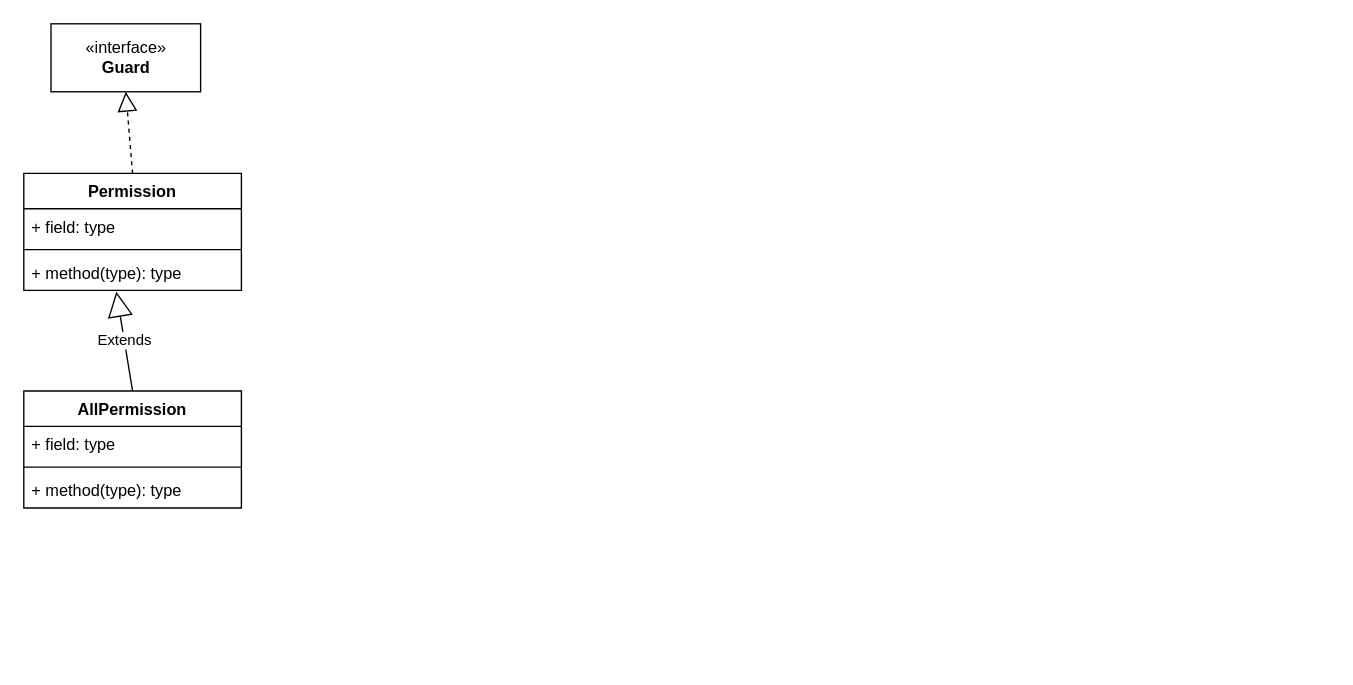
This is page "安全" (9 of 12) of JDK.drawio from tadsimons/draw, a draw.io file, before an edit. Source tidied: cells renumbered, new cells numbered last; positions are measured from the earlier drawing's top-left corner, leaving out a move shared by most shapes. Both pictures are drawn from the tidied source at 136%, with x=0, y=0 at pixel (23, 23).
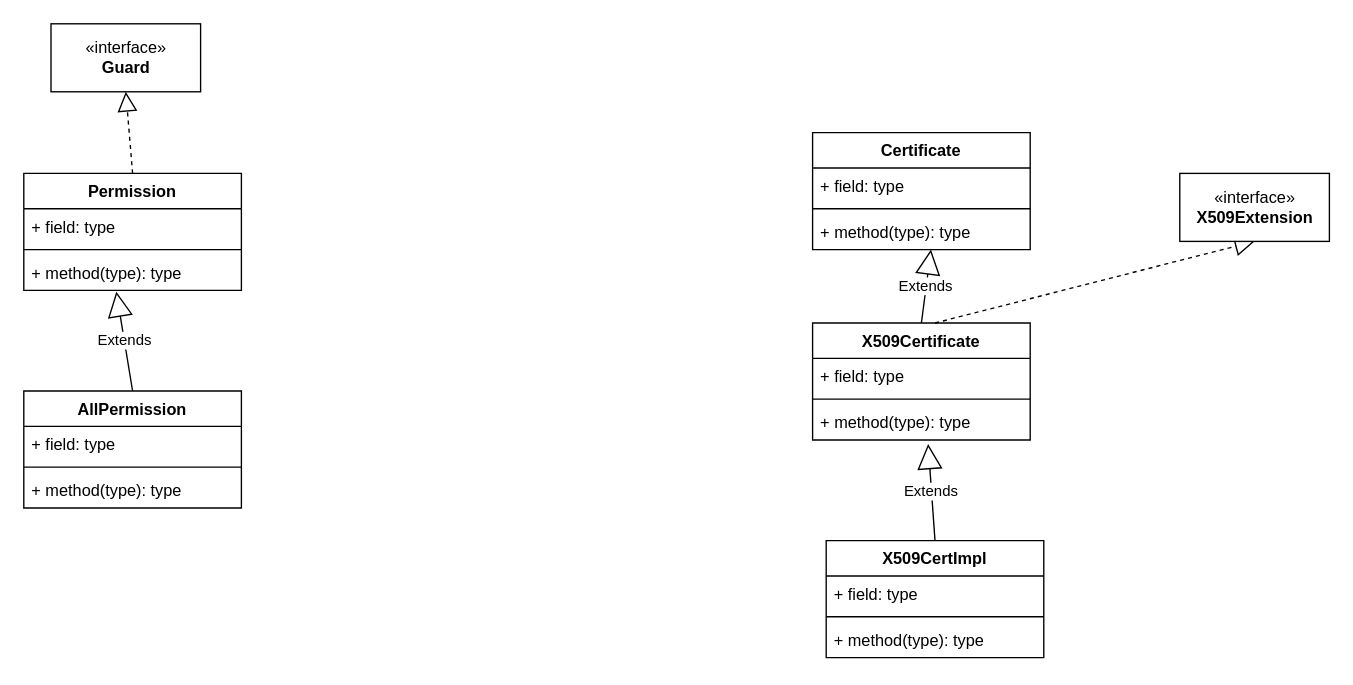
The same page after the edit.

Commit message:
增加安全类图

Diff of the diagram source:
```diff
@@
+    <mxCell id="13" value="Certificate" style="swimlane;fontStyle=1;align=center;verticalAlign=top;horizontal=1;startSize=26;" parent="1" vertex="1">
+      <mxGeometry x="580" y="80" width="160" height="86" as="geometry" />
+    </mxCell>
+    <mxCell id="14" value="+ field: type" style="text;strokeColor=none;fillColor=none;align=left;verticalAlign=top;spacingLeft=4;spacingRight=4;overflow=hidden;" parent="13" vertex="1">
+      <mxGeometry y="26" width="160" height="26" as="geometry" />
+    </mxCell>
+    <mxCell id="15" style="line;strokeWidth=1;fillColor=none;align=left;verticalAlign=middle;spacingTop=-1;spacingLeft=3;spacingRight=3;labelPosition=right;" parent="13" vertex="1">
+      <mxGeometry y="52" width="160" height="8" as="geometry" />
+    </mxCell>
+    <mxCell id="16" value="+ method(type): type" style="text;strokeColor=none;fillColor=none;align=left;verticalAlign=top;spacingLeft=4;spacingRight=4;overflow=hidden;points=[[0,0.5],[1,0.5]];portConstraint=eastwest;" parent="13" vertex="1">
+      <mxGeometry y="60" width="160" height="26" as="geometry" />
+    </mxCell>
+    <mxCell id="17" value="X509Certificate" style="swimlane;fontStyle=1;align=center;verticalAlign=top;horizontal=1;startSize=26;" parent="1" vertex="1">
+      <mxGeometry x="580" y="220" width="160" height="86" as="geometry" />
+    </mxCell>
+    <mxCell id="18" value="Extends" style="endArrow=block;endSize=16;endFill=0;html=1;entryX=0.544;entryY=1;entryDx=0;entryDy=0;entryPerimeter=0;" parent="17" edge="1" target="16">
+      <mxGeometry relative="1" as="geometry">
+        <mxPoint x="80" as="sourcePoint" />
+      </mxGeometry>
+    </mxCell>
+    <mxCell id="19" style="endArrow=block;dashed=1;endFill=0;endSize=12;html=1;entryX=0.5;entryY=1;entryDx=0;entryDy=0;" parent="17" edge="1" target="23">
+      <mxGeometry relative="1" as="geometry">
+        <mxPoint x="90" as="sourcePoint" />
+      </mxGeometry>
+    </mxCell>
+    <mxCell id="20" value="+ field: type" style="text;strokeColor=none;fillColor=none;align=left;verticalAlign=top;spacingLeft=4;spacingRight=4;overflow=hidden;" parent="17" vertex="1">
+      <mxGeometry y="26" width="160" height="26" as="geometry" />
+    </mxCell>
+    <mxCell id="21" style="line;strokeWidth=1;fillColor=none;align=left;verticalAlign=middle;spacingTop=-1;spacingLeft=3;spacingRight=3;labelPosition=right;" parent="17" vertex="1">
+      <mxGeometry y="52" width="160" height="8" as="geometry" />
+    </mxCell>
+    <mxCell id="22" value="+ method(type): type" style="text;strokeColor=none;fillColor=none;align=left;verticalAlign=top;spacingLeft=4;spacingRight=4;overflow=hidden;points=[[0,0.5],[1,0.5]];portConstraint=eastwest;" parent="17" vertex="1">
+      <mxGeometry y="60" width="160" height="26" as="geometry" />
+    </mxCell>
+    <mxCell id="23" value="«interface»&lt;br&gt;&lt;b&gt;X509Extension&lt;/b&gt;" style="html=1;" parent="1" vertex="1">
+      <mxGeometry x="850" y="110" width="110" height="50" as="geometry" />
+    </mxCell>
+    <mxCell id="24" value="X509CertImpl" style="swimlane;fontStyle=1;align=center;verticalAlign=top;horizontal=1;startSize=26;" parent="1" vertex="1">
+      <mxGeometry x="590" y="380" width="160" height="86" as="geometry" />
+    </mxCell>
+    <mxCell id="25" value="Extends" style="endArrow=block;endSize=16;endFill=0;html=1;entryX=0.531;entryY=1.115;entryDx=0;entryDy=0;entryPerimeter=0;" parent="24" edge="1" target="22">
+      <mxGeometry relative="1" as="geometry">
+        <mxPoint x="80" as="sourcePoint" />
+      </mxGeometry>
+    </mxCell>
+    <mxCell id="26" value="+ field: type" style="text;strokeColor=none;fillColor=none;align=left;verticalAlign=top;spacingLeft=4;spacingRight=4;overflow=hidden;" parent="24" vertex="1">
+      <mxGeometry y="26" width="160" height="26" as="geometry" />
+    </mxCell>
+    <mxCell id="27" style="line;strokeWidth=1;fillColor=none;align=left;verticalAlign=middle;spacingTop=-1;spacingLeft=3;spacingRight=3;labelPosition=right;" parent="24" vertex="1">
+      <mxGeometry y="52" width="160" height="8" as="geometry" />
+    </mxCell>
+    <mxCell id="28" value="+ method(type): type" style="text;strokeColor=none;fillColor=none;align=left;verticalAlign=top;spacingLeft=4;spacingRight=4;overflow=hidden;" parent="24" vertex="1">
+      <mxGeometry y="60" width="160" height="26" as="geometry" />
+    </mxCell>
```
